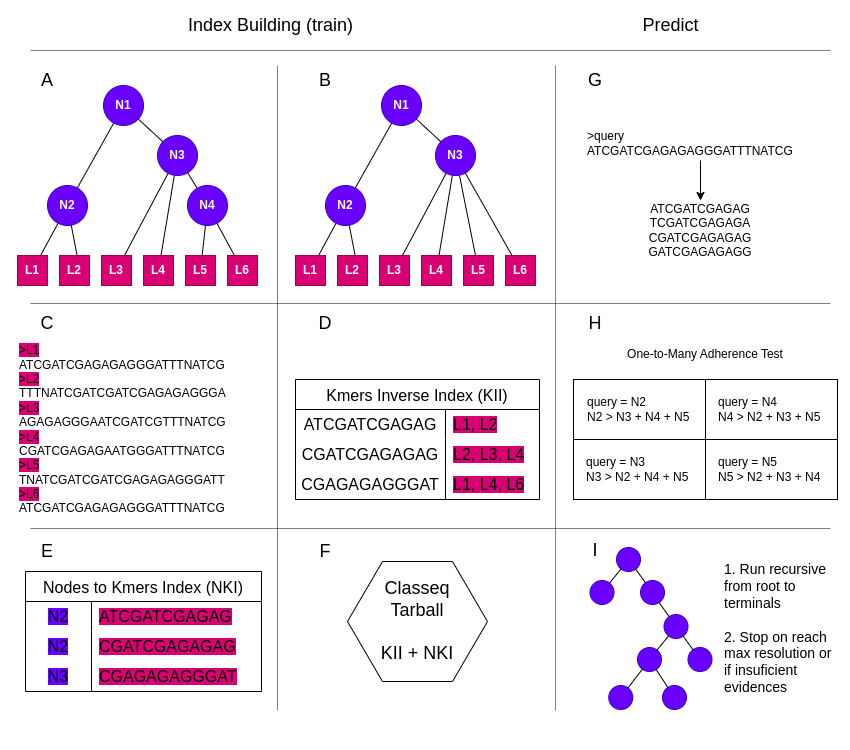
Earlier version of the draw.io export docs/drawio/classeq-main-comcepts.png (LepistaBioinformatics/classeq). Source tidied: cells renumbered, new cells last; positions are measured from the earlier drawing's top-left corner, leaving out a move shared by most shapes.
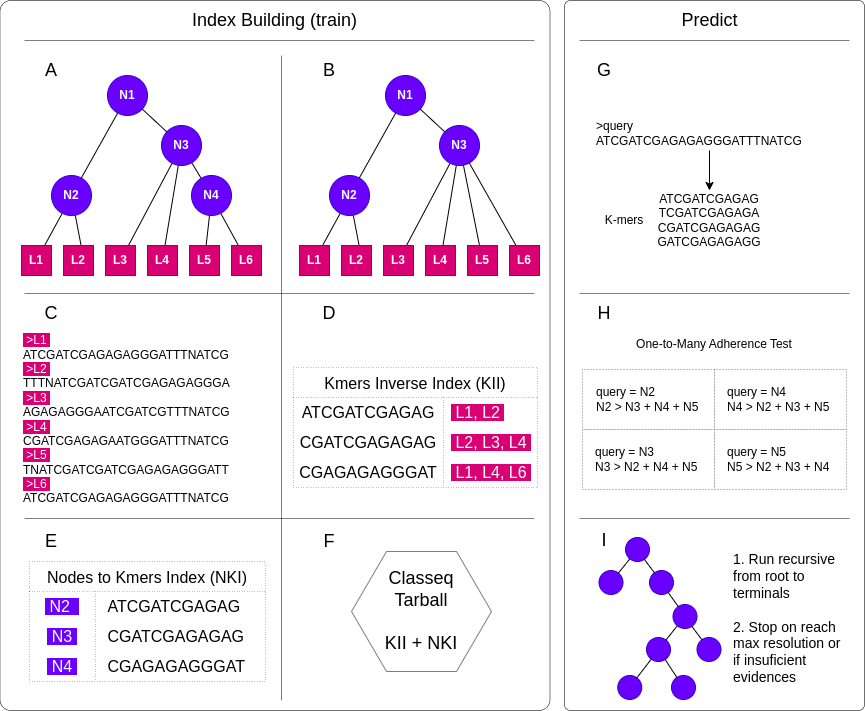
The same file after the commit.

Change to the diagram source:
```diff
@@ -4,2 +4,8 @@
     <mxCell id="1" parent="0" />
+    <mxCell id="107" style="rounded=1;whiteSpace=wrap;html=1;arcSize=2;strokeWidth=0.5;" parent="1" vertex="1">
+      <mxGeometry x="543" width="300" height="710" as="geometry" />
+    </mxCell>
+    <mxCell id="108" style="rounded=1;whiteSpace=wrap;html=1;arcSize=2;strokeWidth=0.5;" parent="1" vertex="1">
+      <mxGeometry x="-21.5" width="550" height="710" as="geometry" />
+    </mxCell>
     <mxCell id="2" style="rounded=0;jettySize=auto;html=1;endArrow=none;endFill=0;" parent="1" edge="1" source="4" target="11">
@@ -116,7 +122,7 @@
     </mxCell>
-    <mxCell id="38" value="&lt;span style=&quot;background-color: rgb(216, 0, 115);&quot;&gt;&amp;gt;L1&lt;/span&gt;&lt;br&gt;ATCGATCGAGAGAGGGATTTNATCG&lt;br&gt;&lt;span style=&quot;background-color: rgb(216, 0, 115);&quot;&gt;&amp;gt;L2&lt;/span&gt;&lt;br&gt;TTTNATCGATCGATCGAGAGAGGGA&lt;br&gt;&lt;span style=&quot;background-color: rgb(216, 0, 115);&quot;&gt;&amp;gt;L3&lt;/span&gt;&lt;br&gt;AGAGAGGGAATCGATCGTTTNATCG&lt;br&gt;&lt;span style=&quot;background-color: rgb(216, 0, 115);&quot;&gt;&amp;gt;L4&lt;/span&gt;&lt;br&gt;CGATCGAGAGAATGGGATTTNATCG&lt;br&gt;&lt;span style=&quot;background-color: rgb(216, 0, 115);&quot;&gt;&amp;gt;L5&lt;/span&gt;&lt;br&gt;TNATCGATCGATCGAGAGAGGGATT&lt;br&gt;&lt;span style=&quot;background-color: rgb(216, 0, 115);&quot;&gt;&amp;gt;L6&lt;/span&gt;&lt;br&gt;ATCGATCGAGAGAGGGATTTNATCG" style="text;html=1;strokeColor=none;fillColor=none;align=left;verticalAlign=middle;whiteSpace=wrap;rounded=0;" parent="1" vertex="1">
+    <mxCell id="38" value="&lt;font color=&quot;#ffffff&quot;&gt;&lt;span style=&quot;background-color: rgb(216, 0, 115);&quot;&gt;&amp;nbsp;&amp;gt;L1&amp;nbsp;&lt;/span&gt;&lt;br&gt;&lt;/font&gt;ATCGATCGAGAGAGGGATTTNATCG&lt;br&gt;&lt;font color=&quot;#ffffff&quot;&gt;&lt;span style=&quot;background-color: rgb(216, 0, 115);&quot;&gt;&amp;nbsp;&amp;gt;L2&amp;nbsp;&lt;/span&gt;&lt;br&gt;&lt;/font&gt;TTTNATCGATCGATCGAGAGAGGGA&lt;br&gt;&lt;font color=&quot;#ffffff&quot;&gt;&lt;span style=&quot;background-color: rgb(216, 0, 115);&quot;&gt;&amp;nbsp;&amp;gt;L3&amp;nbsp;&lt;/span&gt;&lt;br&gt;&lt;/font&gt;AGAGAGGGAATCGATCGTTTNATCG&lt;br&gt;&lt;font color=&quot;#ffffff&quot;&gt;&lt;span style=&quot;background-color: rgb(216, 0, 115);&quot;&gt;&amp;nbsp;&amp;gt;L4&amp;nbsp;&lt;/span&gt;&lt;br&gt;&lt;/font&gt;CGATCGAGAGAATGGGATTTNATCG&lt;br&gt;&lt;font color=&quot;#ffffff&quot;&gt;&lt;span style=&quot;background-color: rgb(216, 0, 115);&quot;&gt;&amp;nbsp;&amp;gt;L5&amp;nbsp;&lt;/span&gt;&lt;br&gt;&lt;/font&gt;TNATCGATCGATCGAGAGAGGGATT&lt;br&gt;&lt;font color=&quot;#ffffff&quot;&gt;&lt;span style=&quot;background-color: rgb(216, 0, 115);&quot;&gt;&amp;nbsp;&amp;gt;L6&amp;nbsp;&lt;/span&gt;&lt;br&gt;&lt;/font&gt;ATCGATCGAGAGAGGGATTTNATCG" style="text;html=1;strokeColor=none;fillColor=none;align=left;verticalAlign=middle;whiteSpace=wrap;rounded=0;" parent="1" vertex="1">
       <mxGeometry y="329" width="228" height="180" as="geometry" />
     </mxCell>
-    <mxCell id="39" value="Kmers Inverse Index (KII)" style="shape=table;startSize=30;rowLines=0;fontStyle=0;strokeColor=default;fontSize=16;" parent="1" vertex="1">
-      <mxGeometry x="278" y="369" width="244" height="120" as="geometry" />
+    <mxCell id="39" value="Kmers Inverse Index (KII)" style="shape=table;startSize=30;rowLines=0;fontStyle=0;strokeColor=default;fontSize=16;strokeWidth=0.5;dashed=1;dashPattern=1 4;" parent="1" vertex="1">
+      <mxGeometry x="272" y="367" width="244" height="120" as="geometry" />
     </mxCell>
@@ -128,3 +134,3 @@
     </mxCell>
-    <mxCell id="42" value="&lt;span style=&quot;background-color: rgb(216, 0, 115);&quot;&gt;L1, L2&lt;/span&gt;" style="shape=partialRectangle;html=1;whiteSpace=wrap;fillColor=none;top=0;left=0;bottom=0;right=0;align=left;spacingLeft=6;overflow=hidden;strokeColor=inherit;fontSize=16;" parent="40" vertex="1">
+    <mxCell id="42" value="&lt;span style=&quot;background-color: rgb(216, 0, 115);&quot;&gt;&lt;font color=&quot;#ffffff&quot;&gt;&amp;nbsp;L1, L2&amp;nbsp;&lt;/font&gt;&lt;/span&gt;" style="shape=partialRectangle;html=1;whiteSpace=wrap;fillColor=none;top=0;left=0;bottom=0;right=0;align=left;spacingLeft=6;overflow=hidden;strokeColor=inherit;fontSize=16;" parent="40" vertex="1">
       <mxGeometry x="150" width="94" height="30" as="geometry" />
@@ -137,3 +143,3 @@
     </mxCell>
-    <mxCell id="45" value="&lt;span style=&quot;background-color: rgb(216, 0, 115);&quot;&gt;L2, L3, L4&lt;/span&gt;" style="shape=partialRectangle;html=1;whiteSpace=wrap;fillColor=none;top=0;left=0;bottom=0;right=0;align=left;spacingLeft=6;overflow=hidden;strokeColor=inherit;fontSize=16;swimlaneFillColor=default;" parent="43" vertex="1">
+    <mxCell id="45" value="&lt;span style=&quot;background-color: rgb(216, 0, 115);&quot;&gt;&lt;font color=&quot;#ffffff&quot;&gt;&amp;nbsp;L2, L3, L4&amp;nbsp;&lt;/font&gt;&lt;/span&gt;" style="shape=partialRectangle;html=1;whiteSpace=wrap;fillColor=none;top=0;left=0;bottom=0;right=0;align=left;spacingLeft=6;overflow=hidden;strokeColor=inherit;fontSize=16;swimlaneFillColor=default;" parent="43" vertex="1">
       <mxGeometry x="150" width="94" height="30" as="geometry" />
@@ -146,6 +152,6 @@
     </mxCell>
-    <mxCell id="48" value="&lt;span style=&quot;background-color: rgb(216, 0, 115);&quot;&gt;L1, L4, L6&lt;/span&gt;" style="shape=partialRectangle;html=1;whiteSpace=wrap;fillColor=none;top=0;left=0;bottom=0;right=0;align=left;spacingLeft=6;overflow=hidden;strokeColor=inherit;fontSize=16;swimlaneFillColor=default;" parent="46" vertex="1">
+    <mxCell id="48" value="&lt;span style=&quot;background-color: rgb(216, 0, 115);&quot;&gt;&lt;font color=&quot;#ffffff&quot;&gt;&amp;nbsp;L1, L4, L6&amp;nbsp;&lt;/font&gt;&lt;/span&gt;" style="shape=partialRectangle;html=1;whiteSpace=wrap;fillColor=none;top=0;left=0;bottom=0;right=0;align=left;spacingLeft=6;overflow=hidden;strokeColor=inherit;fontSize=16;swimlaneFillColor=default;" parent="46" vertex="1">
       <mxGeometry x="150" width="94" height="30" as="geometry" />
     </mxCell>
-    <mxCell id="49" value="&lt;font style=&quot;font-size: 18px;&quot;&gt;Classeq&lt;br&gt;Tarball&lt;br&gt;&lt;br&gt;KII + NKI&lt;br&gt;&lt;/font&gt;" style="shape=mxgraph.bpmn.conversation;perimeter=hexagonPerimeter2;whiteSpace=wrap;html=1;bpmnConversationType=conv;" parent="1" vertex="1">
+    <mxCell id="49" value="&lt;font style=&quot;font-size: 18px;&quot;&gt;Classeq&lt;br&gt;Tarball&lt;br&gt;&lt;br&gt;KII + NKI&lt;br&gt;&lt;/font&gt;" style="shape=mxgraph.bpmn.conversation;perimeter=hexagonPerimeter2;whiteSpace=wrap;html=1;bpmnConversationType=conv;strokeWidth=0.5;" parent="1" vertex="1">
       <mxGeometry x="330" y="551" width="140" height="120" as="geometry" />
@@ -158,3 +164,3 @@
     </mxCell>
-    <mxCell id="51" value="Nodes to Kmers Index (NKI)" style="shape=table;startSize=30;rowLines=0;fontStyle=0;strokeColor=default;fontSize=16;" parent="1" vertex="1">
+    <mxCell id="51" value="Nodes to Kmers Index (NKI)" style="shape=table;startSize=30;rowLines=0;fontStyle=0;strokeColor=default;fontSize=16;strokeWidth=0.5;dashed=1;dashPattern=1 4;" parent="1" vertex="1">
       <mxGeometry x="8" y="561" width="236" height="120" as="geometry" />
@@ -164,6 +170,6 @@
     </mxCell>
-    <mxCell id="53" value="&lt;span style=&quot;background-color: rgb(106, 0, 255);&quot;&gt;N2&lt;/span&gt;" style="shape=partialRectangle;html=1;whiteSpace=wrap;fillColor=none;top=0;left=0;bottom=0;right=0;overflow=hidden;strokeColor=inherit;fontSize=16;" parent="52" vertex="1">
+    <mxCell id="53" value="&lt;span style=&quot;background-color: rgb(106, 0, 255);&quot;&gt;&lt;font color=&quot;#ffffff&quot;&gt;&amp;nbsp;N2&amp;nbsp;&amp;nbsp;&lt;/font&gt;&lt;/span&gt;" style="shape=partialRectangle;html=1;whiteSpace=wrap;fillColor=none;top=0;left=0;bottom=0;right=0;overflow=hidden;strokeColor=inherit;fontSize=16;" parent="52" vertex="1">
       <mxGeometry width="66" height="30" as="geometry" />
     </mxCell>
-    <mxCell id="54" value="&lt;span style=&quot;background-color: rgb(216, 0, 115);&quot;&gt;ATCGATCGAGAG&lt;/span&gt;" style="shape=partialRectangle;html=1;whiteSpace=wrap;fillColor=none;top=0;left=0;bottom=0;right=0;align=left;spacingLeft=6;overflow=hidden;strokeColor=inherit;fontSize=16;" parent="52" vertex="1">
+    <mxCell id="54" value="&amp;nbsp;ATCGATCGAGAG&amp;nbsp;" style="shape=partialRectangle;html=1;whiteSpace=wrap;fillColor=none;top=0;left=0;bottom=0;right=0;align=left;spacingLeft=6;overflow=hidden;strokeColor=inherit;fontSize=16;" parent="52" vertex="1">
       <mxGeometry x="66" width="170" height="30" as="geometry" />
@@ -173,6 +179,6 @@
     </mxCell>
-    <mxCell id="56" value="&lt;span style=&quot;background-color: rgb(106, 0, 255);&quot;&gt;N2&lt;/span&gt;" style="shape=partialRectangle;html=1;whiteSpace=wrap;fillColor=none;top=0;left=0;bottom=0;right=0;overflow=hidden;strokeColor=inherit;fontSize=16;swimlaneFillColor=default;" parent="55" vertex="1">
+    <mxCell id="56" value="&lt;span style=&quot;background-color: rgb(106, 0, 255);&quot;&gt;&lt;font color=&quot;#ffffff&quot;&gt;&amp;nbsp;N3&amp;nbsp;&lt;/font&gt;&lt;/span&gt;" style="shape=partialRectangle;html=1;whiteSpace=wrap;fillColor=none;top=0;left=0;bottom=0;right=0;overflow=hidden;strokeColor=#F5F5F5;fontSize=16;swimlaneFillColor=default;" parent="55" vertex="1">
       <mxGeometry width="66" height="30" as="geometry" />
     </mxCell>
-    <mxCell id="57" value="&lt;span style=&quot;background-color: rgb(216, 0, 115);&quot;&gt;CGATCGAGAGAG&lt;/span&gt;" style="shape=partialRectangle;html=1;whiteSpace=wrap;fillColor=none;top=0;left=0;bottom=0;right=0;align=left;spacingLeft=6;overflow=hidden;strokeColor=inherit;fontSize=16;swimlaneFillColor=default;" parent="55" vertex="1">
+    <mxCell id="57" value="&amp;nbsp;CGATCGAGAGAG&amp;nbsp;" style="shape=partialRectangle;html=1;whiteSpace=wrap;fillColor=none;top=0;left=0;bottom=0;right=0;align=left;spacingLeft=6;overflow=hidden;strokeColor=inherit;fontSize=16;swimlaneFillColor=default;" parent="55" vertex="1">
       <mxGeometry x="66" width="170" height="30" as="geometry" />
@@ -182,6 +188,6 @@
     </mxCell>
-    <mxCell id="59" value="&lt;span style=&quot;background-color: rgb(106, 0, 255);&quot;&gt;N3&lt;/span&gt;" style="shape=partialRectangle;html=1;whiteSpace=wrap;fillColor=none;top=0;left=0;bottom=0;right=0;overflow=hidden;strokeColor=inherit;fontSize=16;swimlaneFillColor=default;" parent="58" vertex="1">
+    <mxCell id="59" value="&lt;span style=&quot;background-color: rgb(106, 0, 255);&quot;&gt;&lt;font color=&quot;#ffffff&quot;&gt;&amp;nbsp;N4&amp;nbsp;&lt;/font&gt;&lt;/span&gt;" style="shape=partialRectangle;html=1;whiteSpace=wrap;fillColor=none;top=0;left=0;bottom=0;right=0;overflow=hidden;strokeColor=#F5F5F5;fontSize=16;swimlaneFillColor=default;" parent="58" vertex="1">
       <mxGeometry width="66" height="30" as="geometry" />
     </mxCell>
-    <mxCell id="60" value="&lt;span style=&quot;background-color: rgb(216, 0, 115);&quot;&gt;CGAGAGAGGGAT&lt;/span&gt;" style="shape=partialRectangle;html=1;whiteSpace=wrap;fillColor=none;top=0;left=0;bottom=0;right=0;align=left;spacingLeft=6;overflow=hidden;strokeColor=inherit;fontSize=16;swimlaneFillColor=default;" parent="58" vertex="1">
+    <mxCell id="60" value="&amp;nbsp;CGAGAGAGGGAT&amp;nbsp;" style="shape=partialRectangle;html=1;whiteSpace=wrap;fillColor=none;top=0;left=0;bottom=0;right=0;align=left;spacingLeft=6;overflow=hidden;strokeColor=inherit;fontSize=16;swimlaneFillColor=default;" parent="58" vertex="1">
       <mxGeometry x="66" width="170" height="30" as="geometry" />
@@ -208,4 +214,4 @@
       <mxGeometry relative="1" as="geometry">
-        <mxPoint x="13" y="40" as="sourcePoint" />
-        <mxPoint x="813" y="40" as="targetPoint" />
+        <mxPoint x="3" y="40" as="sourcePoint" />
+        <mxPoint x="513" y="40" as="targetPoint" />
       </mxGeometry>
@@ -213,69 +219,24 @@
     <mxCell id="68" value="&lt;span style=&quot;font-size: 18px;&quot;&gt;Index Building (train)&lt;/span&gt;" style="text;html=1;strokeColor=none;fillColor=none;align=center;verticalAlign=middle;whiteSpace=wrap;rounded=0;" parent="1" vertex="1">
-      <mxGeometry x="156" width="195" height="30" as="geometry" />
+      <mxGeometry x="156" y="5" width="195" height="30" as="geometry" />
     </mxCell>
     <mxCell id="69" value="&lt;span style=&quot;font-size: 18px;&quot;&gt;Predict&lt;/span&gt;" style="text;html=1;strokeColor=none;fillColor=none;align=center;verticalAlign=middle;whiteSpace=wrap;rounded=0;" parent="1" vertex="1">
-      <mxGeometry x="556" width="195" height="30" as="geometry" />
+      <mxGeometry x="591" y="5" width="195" height="30" as="geometry" />
     </mxCell>
-    <mxCell id="70" style="endArrow=none;html=1;rounded=0;strokeWidth=0.5;" parent="1" edge="1">
-      <mxGeometry relative="1" as="geometry">
-        <mxPoint x="538" y="55" as="sourcePoint" />
-        <mxPoint x="538" y="700" as="targetPoint" />
-      </mxGeometry>
-    </mxCell>
-    <mxCell id="71" style="group;" parent="1" vertex="1">
-      <mxGeometry x="568" y="115" width="230" height="135" as="geometry" />
-    </mxCell>
-    <mxCell id="72" value="&amp;gt;query&lt;br&gt;ATCGATCGAGAGAGGGATTTNATCG" style="text;html=1;strokeColor=none;fillColor=none;align=left;verticalAlign=middle;whiteSpace=wrap;rounded=0;" parent="71" vertex="1">
-      <mxGeometry width="230" height="35" as="geometry" />
-    </mxCell>
-    <mxCell id="73" value="ATCGATCGAGAG&lt;br&gt;TCGATCGAGAGA&lt;br&gt;CGATCGAGAGAG&lt;br&gt;GATCGAGAGAGG" style="text;html=1;strokeColor=none;fillColor=none;align=center;verticalAlign=middle;whiteSpace=wrap;rounded=0;" parent="71" vertex="1">
-      <mxGeometry y="75" width="230" height="60" as="geometry" />
-    </mxCell>
-    <mxCell id="74" style="edgeStyle=orthogonalEdgeStyle;rounded=0;jettySize=auto;html=1;" parent="71" edge="1" source="72" target="73">
-      <mxGeometry relative="1" as="geometry" />
-    </mxCell>
     <mxCell id="75" value="&lt;span style=&quot;font-size: 18px;&quot;&gt;G&lt;/span&gt;" style="text;html=1;strokeColor=none;fillColor=none;align=center;verticalAlign=middle;whiteSpace=wrap;rounded=0;" parent="1" vertex="1">
-      <mxGeometry x="548" y="55" width="60" height="30" as="geometry" />
+      <mxGeometry x="553" y="55" width="60" height="30" as="geometry" />
     </mxCell>
     <mxCell id="76" value="One-to-Many Adherence Test" style="text;html=1;strokeColor=none;fillColor=none;align=center;verticalAlign=middle;whiteSpace=wrap;rounded=0;" parent="1" vertex="1">
-      <mxGeometry x="598" y="329" width="180" height="30" as="geometry" />
+      <mxGeometry x="603" y="329" width="180" height="30" as="geometry" />
     </mxCell>
     <mxCell id="77" value="&lt;span style=&quot;font-size: 18px;&quot;&gt;H&lt;/span&gt;" style="text;html=1;strokeColor=none;fillColor=none;align=center;verticalAlign=middle;whiteSpace=wrap;rounded=0;" parent="1" vertex="1">
-      <mxGeometry x="548" y="298" width="60" height="30" as="geometry" />
+      <mxGeometry x="553" y="298" width="60" height="30" as="geometry" />
     </mxCell>
-    <mxCell id="78" style="group;" parent="1" vertex="1">
-      <mxGeometry x="556" y="369" width="264" height="120" as="geometry" />
-    </mxCell>
-    <mxCell id="79" style="rounded=0;whiteSpace=wrap;html=1;" parent="78" vertex="1">
-      <mxGeometry width="132" height="60" as="geometry" />
-    </mxCell>
-    <mxCell id="80" style="rounded=0;whiteSpace=wrap;html=1;" parent="78" vertex="1">
-      <mxGeometry y="60" width="132" height="60" as="geometry" />
-    </mxCell>
-    <mxCell id="81" style="rounded=0;whiteSpace=wrap;html=1;" parent="78" vertex="1">
-      <mxGeometry x="132" width="132" height="60" as="geometry" />
-    </mxCell>
-    <mxCell id="82" style="rounded=0;whiteSpace=wrap;html=1;" parent="78" vertex="1">
-      <mxGeometry x="132" y="60" width="132" height="60" as="geometry" />
-    </mxCell>
-    <mxCell id="83" value="query = N2&lt;br&gt;N2 &amp;gt; N3 + N4 + N5" style="text;html=1;strokeColor=none;fillColor=none;align=left;verticalAlign=middle;whiteSpace=wrap;rounded=0;" parent="78" vertex="1">
-      <mxGeometry x="12" y="10" width="110" height="40" as="geometry" />
-    </mxCell>
-    <mxCell id="84" value="query = N4&lt;br&gt;N4 &amp;gt; N2 + N3 + N5" style="text;html=1;strokeColor=none;fillColor=none;align=left;verticalAlign=middle;whiteSpace=wrap;rounded=0;" parent="78" vertex="1">
-      <mxGeometry x="143" y="10" width="110" height="40" as="geometry" />
-    </mxCell>
-    <mxCell id="85" value="query = N3&lt;br&gt;N3 &amp;gt; N2 + N4 + N5" style="text;html=1;strokeColor=none;fillColor=none;align=left;verticalAlign=middle;whiteSpace=wrap;rounded=0;" parent="78" vertex="1">
-      <mxGeometry x="11" y="69.5" width="110" height="41" as="geometry" />
-    </mxCell>
-    <mxCell id="86" value="query = N5&lt;br&gt;N5 &amp;gt; N2 + N3 + N4" style="text;html=1;strokeColor=none;fillColor=none;align=left;verticalAlign=middle;whiteSpace=wrap;rounded=0;" parent="78" vertex="1">
-      <mxGeometry x="143" y="69.5" width="110" height="41" as="geometry" />
-    </mxCell>
     <mxCell id="87" value="&lt;span style=&quot;font-size: 18px;&quot;&gt;I&lt;/span&gt;" style="text;html=1;strokeColor=none;fillColor=none;align=center;verticalAlign=middle;whiteSpace=wrap;rounded=0;" parent="1" vertex="1">
-      <mxGeometry x="548" y="525" width="60" height="30" as="geometry" />
+      <mxGeometry x="553" y="525" width="60" height="30" as="geometry" />
     </mxCell>
     <mxCell id="88" value="&lt;font style=&quot;font-size: 14px;&quot;&gt;1. Run recursive from root to terminals&lt;br&gt;&lt;br&gt;2. Stop on reach max resolution or if insuficient evidences&lt;/font&gt;" style="text;html=1;strokeColor=none;fillColor=none;align=left;verticalAlign=middle;whiteSpace=wrap;rounded=0;" parent="1" vertex="1">
-      <mxGeometry x="705" y="526" width="118" height="184" as="geometry" />
+      <mxGeometry x="710" y="526" width="118" height="184" as="geometry" />
     </mxCell>
     <mxCell id="89" style="group;" parent="1" vertex="1">
-      <mxGeometry x="572.5" y="537" width="122" height="162" as="geometry" />
+      <mxGeometry x="577.5" y="537" width="122" height="162" as="geometry" />
     </mxCell>
@@ -328,4 +289,4 @@
       <mxGeometry relative="1" as="geometry">
-        <mxPoint x="13" y="293" as="sourcePoint" />
-        <mxPoint x="813" y="293" as="targetPoint" />
+        <mxPoint x="3" y="293" as="sourcePoint" />
+        <mxPoint x="513" y="293" as="targetPoint" />
       </mxGeometry>
@@ -334,6 +295,63 @@
       <mxGeometry relative="1" as="geometry">
-        <mxPoint x="13" y="518" as="sourcePoint" />
-        <mxPoint x="813" y="518" as="targetPoint" />
+        <mxPoint x="3" y="518" as="sourcePoint" />
+        <mxPoint x="513" y="518" as="targetPoint" />
       </mxGeometry>
     </mxCell>
+    <mxCell id="109" style="endArrow=none;html=1;rounded=0;strokeWidth=0.5;" parent="1" edge="1">
+      <mxGeometry relative="1" as="geometry">
+        <mxPoint x="558" y="293" as="sourcePoint" />
+        <mxPoint x="828" y="293" as="targetPoint" />
+      </mxGeometry>
+    </mxCell>
+    <mxCell id="110" style="endArrow=none;html=1;rounded=0;strokeWidth=0.5;" parent="1" edge="1">
+      <mxGeometry relative="1" as="geometry">
+        <mxPoint x="558" y="518" as="sourcePoint" />
+        <mxPoint x="828" y="518" as="targetPoint" />
+      </mxGeometry>
+    </mxCell>
+    <mxCell id="111" style="endArrow=none;html=1;rounded=0;strokeWidth=0.5;" parent="1" edge="1">
+      <mxGeometry relative="1" as="geometry">
+        <mxPoint x="558" y="40" as="sourcePoint" />
+        <mxPoint x="828" y="40" as="targetPoint" />
+      </mxGeometry>
+    </mxCell>
+    <mxCell id="112" style="group;" parent="1" vertex="1">
+      <mxGeometry x="573" y="115" width="230" height="135" as="geometry" />
+    </mxCell>
+    <mxCell id="72" value="&amp;gt;query&lt;br&gt;ATCGATCGAGAGAGGGATTTNATCG" style="text;html=1;strokeColor=none;fillColor=none;align=left;verticalAlign=middle;whiteSpace=wrap;rounded=0;" parent="112" vertex="1">
+      <mxGeometry width="230" height="35" as="geometry" />
+    </mxCell>
+    <mxCell id="73" value="ATCGATCGAGAG&lt;br&gt;TCGATCGAGAGA&lt;br&gt;CGATCGAGAGAG&lt;br&gt;GATCGAGAGAGG" style="text;html=1;strokeColor=none;fillColor=none;align=center;verticalAlign=middle;whiteSpace=wrap;rounded=0;" parent="112" vertex="1">
+      <mxGeometry y="75" width="230" height="60" as="geometry" />
+    </mxCell>
+    <mxCell id="74" style="edgeStyle=orthogonalEdgeStyle;rounded=0;jettySize=auto;html=1;" parent="112" edge="1" source="72" target="73">
+      <mxGeometry relative="1" as="geometry" />
+    </mxCell>
+    <mxCell id="113" value="K-mers" style="text;html=1;strokeColor=none;fillColor=none;align=center;verticalAlign=middle;whiteSpace=wrap;rounded=0;" parent="112" vertex="1">
+      <mxGeometry y="90" width="60" height="30" as="geometry" />
+    </mxCell>
+    <mxCell id="79" style="rounded=0;whiteSpace=wrap;html=1;strokeWidth=0.5;dashed=1;dashPattern=1 2;" parent="1" vertex="1">
+      <mxGeometry x="561" y="369" width="132" height="60" as="geometry" />
+    </mxCell>
+    <mxCell id="80" style="rounded=0;whiteSpace=wrap;html=1;strokeWidth=0.5;dashed=1;dashPattern=1 2;" parent="1" vertex="1">
+      <mxGeometry x="561" y="429" width="132" height="60" as="geometry" />
+    </mxCell>
+    <mxCell id="81" style="rounded=0;whiteSpace=wrap;html=1;strokeWidth=0.5;dashed=1;dashPattern=1 2;" parent="1" vertex="1">
+      <mxGeometry x="693" y="369" width="132" height="60" as="geometry" />
+    </mxCell>
+    <mxCell id="82" style="rounded=0;whiteSpace=wrap;html=1;strokeWidth=0.5;dashed=1;dashPattern=1 2;" parent="1" vertex="1">
+      <mxGeometry x="693" y="429" width="132" height="60" as="geometry" />
+    </mxCell>
+    <mxCell id="83" value="query = N2&lt;br&gt;N2 &amp;gt; N3 + N4 + N5" style="text;html=1;strokeColor=none;fillColor=none;align=left;verticalAlign=middle;whiteSpace=wrap;rounded=0;" parent="1" vertex="1">
+      <mxGeometry x="573" y="379" width="110" height="40" as="geometry" />
+    </mxCell>
+    <mxCell id="84" value="query = N4&lt;br&gt;N4 &amp;gt; N2 + N3 + N5" style="text;html=1;strokeColor=none;fillColor=none;align=left;verticalAlign=middle;whiteSpace=wrap;rounded=0;" parent="1" vertex="1">
+      <mxGeometry x="704" y="379" width="110" height="40" as="geometry" />
+    </mxCell>
+    <mxCell id="85" value="query = N3&lt;br&gt;N3 &amp;gt; N2 + N4 + N5" style="text;html=1;strokeColor=none;fillColor=none;align=left;verticalAlign=middle;whiteSpace=wrap;rounded=0;" parent="1" vertex="1">
+      <mxGeometry x="572" y="438.5" width="110" height="41" as="geometry" />
+    </mxCell>
+    <mxCell id="86" value="query = N5&lt;br&gt;N5 &amp;gt; N2 + N3 + N4" style="text;html=1;strokeColor=none;fillColor=none;align=left;verticalAlign=middle;whiteSpace=wrap;rounded=0;" parent="1" vertex="1">
+      <mxGeometry x="704" y="438.5" width="110" height="41" as="geometry" />
+    </mxCell>
   </root>
```
